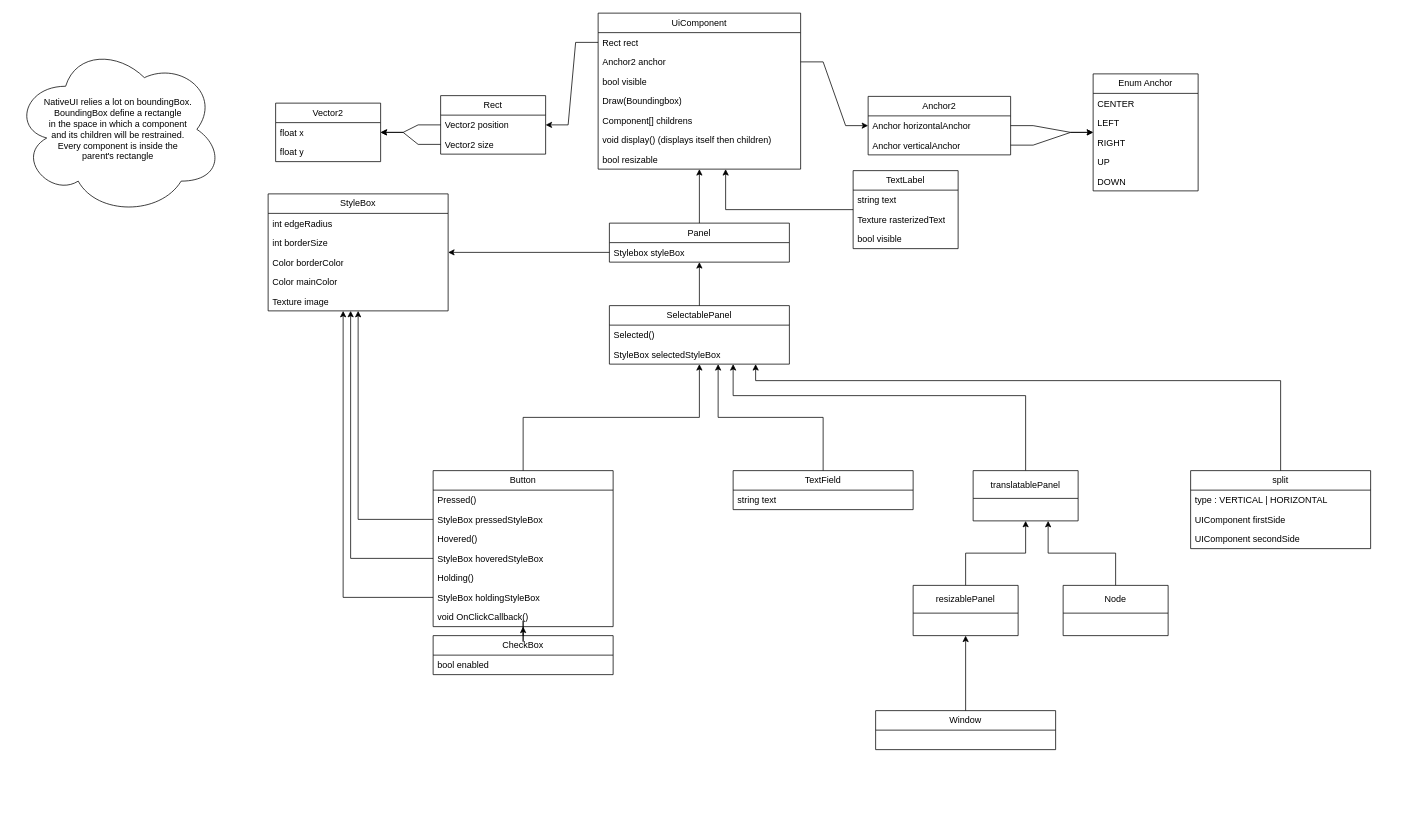
Before: ui.drawio in RugiSerl/NativeUI, a draw.io diagram. Source tidied: cells renumbered, new cells numbered last; positions are measured from the earlier drawing's top-left corner, leaving out a move shared by most shapes. Both pictures are drawn from the tidied source at 75%, with x=0, y=0 at pixel (13, 13).
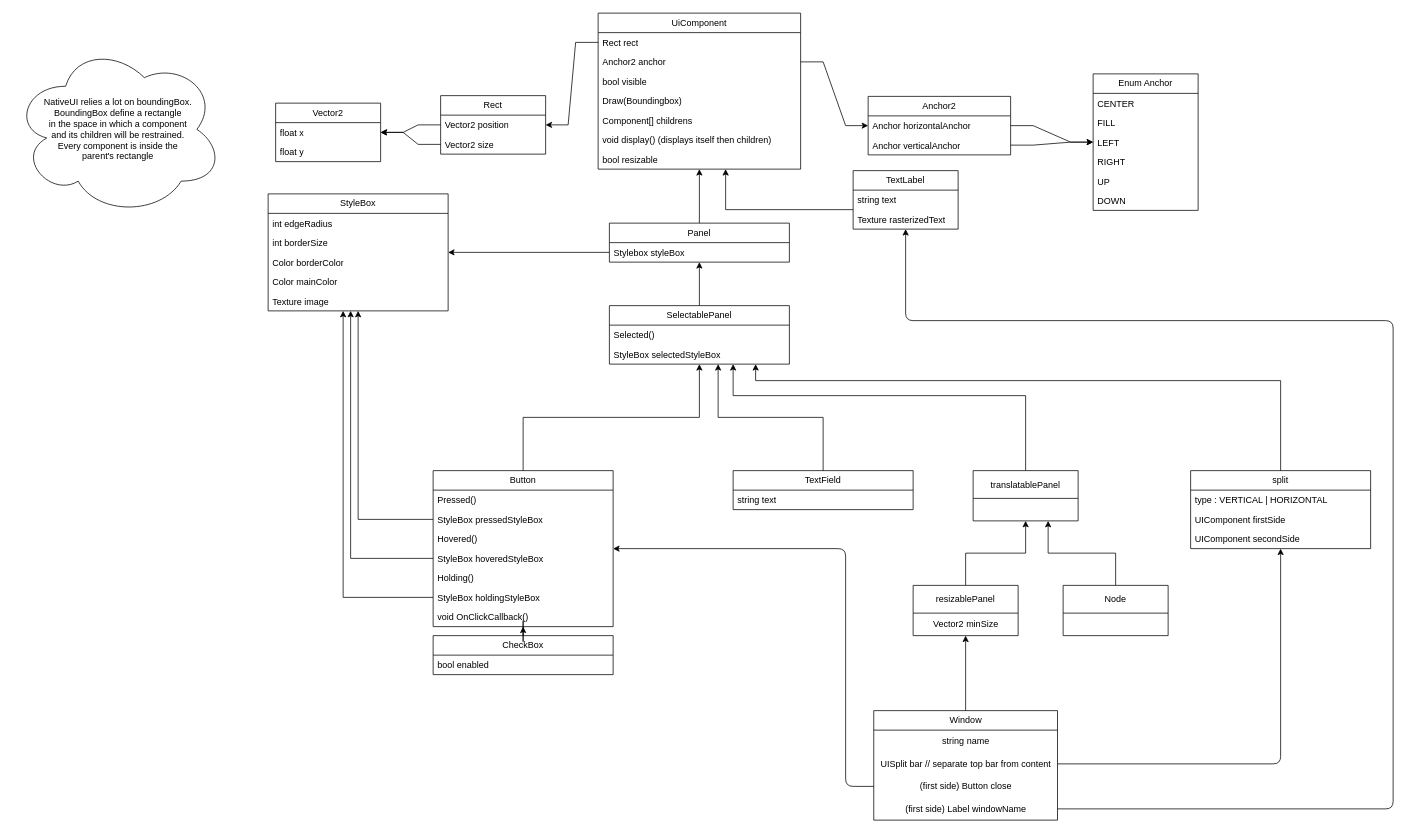
Above is the later version.

Unchanged cells that the change refers to:
```xml
<mxCell id="42" value="Button" style="swimlane;fontStyle=0;horizontal=1;startSize=26;fillColor=none;whiteSpace=wrap;html=1;" parent="1" vertex="1">
  <mxGeometry x="560" y="610" width="240" height="208" as="geometry" />
</mxCell>
<mxCell id="70" value="resizablePanel" style="swimlane;fontStyle=0;horizontal=1;startSize=37;whiteSpace=wrap;html=1;" parent="1" vertex="1">
  <mxGeometry x="1200" y="763" width="140" height="67" as="geometry" />
</mxCell>
<mxCell id="77" value="split" style="swimlane;fontStyle=0;horizontal=1;startSize=26;fillColor=none;whiteSpace=wrap;html=1;" parent="1" vertex="1">
  <mxGeometry x="1570" y="610" width="240" height="104" as="geometry" />
</mxCell>
```

Diff of the diagram source:
```diff
@@
     <mxCell id="20" value="Enum Anchor" style="swimlane;fontStyle=0;horizontal=1;startSize=26;fillColor=none;whiteSpace=wrap;html=1;" parent="1" vertex="1">
-      <mxGeometry x="1440" y="81" width="140" height="156" as="geometry" />
+      <mxGeometry x="1440" y="81" width="140" height="182" as="geometry" />
     </mxCell>
@@
+    <mxCell id="82" value="FILL" style="text;strokeColor=none;fillColor=none;align=left;verticalAlign=top;spacingLeft=4;spacingRight=4;overflow=hidden;whiteSpace=wrap;html=1;" parent="20" vertex="1">
+      <mxGeometry y="52" width="140" height="26" as="geometry" />
+    </mxCell>
     <mxCell id="22" value="LEFT" style="text;strokeColor=none;fillColor=none;align=left;verticalAlign=top;spacingLeft=4;spacingRight=4;overflow=hidden;whiteSpace=wrap;html=1;" parent="20" vertex="1">
-      <mxGeometry y="52" width="140" height="26" as="geometry" />
+      <mxGeometry y="78" width="140" height="26" as="geometry" />
     </mxCell>
     <mxCell id="23" value="RIGHT" style="text;strokeColor=none;fillColor=none;align=left;verticalAlign=top;spacingLeft=4;spacingRight=4;overflow=hidden;whiteSpace=wrap;html=1;" parent="20" vertex="1">
-      <mxGeometry y="78" width="140" height="26" as="geometry" />
+      <mxGeometry y="104" width="140" height="26" as="geometry" />
     </mxCell>
     <mxCell id="24" value="UP" style="text;strokeColor=none;fillColor=none;align=left;verticalAlign=top;spacingLeft=4;spacingRight=4;overflow=hidden;whiteSpace=wrap;html=1;" parent="20" vertex="1">
-      <mxGeometry y="104" width="140" height="26" as="geometry" />
+      <mxGeometry y="130" width="140" height="26" as="geometry" />
     </mxCell>
     <mxCell id="25" value="DOWN" style="text;strokeColor=none;fillColor=none;align=left;verticalAlign=top;spacingLeft=4;spacingRight=4;overflow=hidden;whiteSpace=wrap;html=1;" parent="20" vertex="1">
-      <mxGeometry y="130" width="140" height="26" as="geometry" />
+      <mxGeometry y="156" width="140" height="26" as="geometry" />
     </mxCell>
@@
     <mxCell id="61" value="Window" style="swimlane;fontStyle=0;horizontal=1;startSize=26;fillColor=none;whiteSpace=wrap;html=1;" parent="1" vertex="1">
-      <mxGeometry x="1150" y="930" width="240" height="52" as="geometry" />
+      <mxGeometry x="1147.5" y="930" width="245" height="146" as="geometry" />
     </mxCell>
+    <mxCell id="83" value="string name" style="text;html=1;align=center;verticalAlign=middle;strokeColor=none;fillColor=none;" parent="61" vertex="1">
+      <mxGeometry y="26" width="245" height="30" as="geometry" />
+    </mxCell>
+    <mxCell id="84" value="UISplit bar // separate top bar from content" style="text;html=1;align=center;verticalAlign=middle;points=[];strokeColor=none;fillColor=none;" parent="61" vertex="1">
+      <mxGeometry y="56" width="245" height="30" as="geometry" />
+    </mxCell>
+    <mxCell id="85" value="(first side) Button close" style="text;html=1;align=center;verticalAlign=middle;points=[];strokeColor=none;fillColor=none;" parent="61" vertex="1">
+      <mxGeometry y="86" width="245" height="30" as="geometry" />
+    </mxCell>
+    <mxCell id="86" value="&lt;span style=&quot;color: rgb(0, 0, 0);&quot;&gt;(first side) Label windowName&lt;/span&gt;" style="text;html=1;align=center;verticalAlign=middle;points=[];strokeColor=none;fillColor=none;" parent="61" vertex="1">
+      <mxGeometry y="116" width="245" height="30" as="geometry" />
+    </mxCell>
@@
     <mxCell id="63" value="TextLabel" style="swimlane;fontStyle=0;horizontal=1;startSize=26;fillColor=none;whiteSpace=wrap;html=1;" parent="1" vertex="1">
-      <mxGeometry x="1120" y="210" width="140" height="104" as="geometry" />
+      <mxGeometry x="1120" y="210" width="140" height="78" as="geometry" />
     </mxCell>
@@
-    <mxCell id="66" value="bool visible" style="text;strokeColor=none;fillColor=none;align=left;verticalAlign=top;spacingLeft=4;spacingRight=4;overflow=hidden;whiteSpace=wrap;html=1;" parent="63" vertex="1">
-      <mxGeometry y="78" width="140" height="26" as="geometry" />
-    </mxCell>
@@
+    <mxCell id="87" value="Vector2 minSize" style="text;html=1;align=center;verticalAlign=middle;strokeColor=none;fillColor=none;" parent="70" vertex="1">
+      <mxGeometry y="37" width="140" height="30" as="geometry" />
+    </mxCell>
@@
+    <mxCell id="88" style="edgeStyle=orthogonalEdgeStyle;html=1;" parent="1" edge="1" source="84" target="77">
+      <mxGeometry relative="1" as="geometry" />
+    </mxCell>
+    <mxCell id="89" style="edgeStyle=orthogonalEdgeStyle;html=1;" parent="1" edge="1" source="86" target="63">
+      <mxGeometry relative="1" as="geometry">
+        <Array as="points">
+          <mxPoint x="1840" y="1061" />
+          <mxPoint x="1840" y="410" />
+          <mxPoint x="1190" y="410" />
+        </Array>
+      </mxGeometry>
+    </mxCell>
+    <mxCell id="90" style="edgeStyle=orthogonalEdgeStyle;html=1;" parent="1" edge="1" source="85" target="42">
+      <mxGeometry relative="1" as="geometry">
+        <Array as="points">
+          <mxPoint x="1110" y="1031" />
+          <mxPoint x="1110" y="714" />
+        </Array>
+      </mxGeometry>
+    </mxCell>
```
